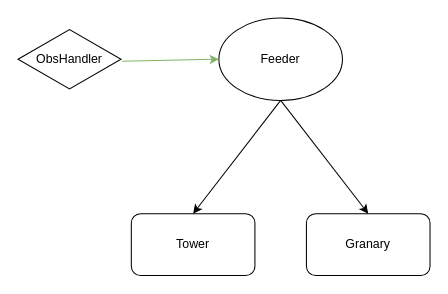
This is tools/class_desc.drawio from wangjunZeroZeroSeven/ZmqQueue, a draw.io file, before an edit. Source tidied: cells renumbered, new cells numbered last; positions are measured from the earlier drawing's top-left corner, leaving out a move shared by most shapes. Both pictures are drawn from the tidied source at 103%, with x=0, y=0 at pixel (18, 18).
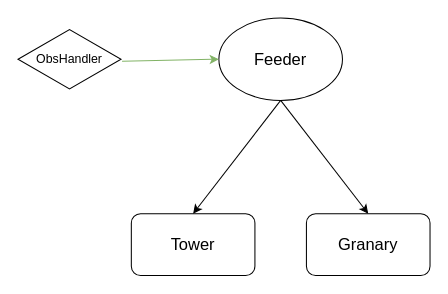
After the change.

Diff of the diagram source:
```diff
@@
 <mxGraphModel>
   <root>
     <mxCell id="0" />
     <mxCell id="1" parent="0" />
-    <mxCell id="2" value="Tower" style="rounded=1;whiteSpace=wrap;html=1;" parent="1" vertex="1">
+    <mxCell id="2" value="&lt;font style=&quot;font-size: 16px;&quot;&gt;Tower&lt;/font&gt;" style="rounded=1;whiteSpace=wrap;html=1;" parent="1" vertex="1">
       <mxGeometry x="110" y="190" width="120" height="60" as="geometry" />
     </mxCell>
-    <mxCell id="3" value="Granary" style="rounded=1;whiteSpace=wrap;html=1;" parent="1" vertex="1">
+    <mxCell id="3" value="&lt;font style=&quot;font-size: 16px;&quot;&gt;Granary&lt;/font&gt;" style="rounded=1;whiteSpace=wrap;html=1;" parent="1" vertex="1">
       <mxGeometry x="280" y="190" width="120" height="60" as="geometry" />
     </mxCell>
-    <mxCell id="4" value="Feeder" style="ellipse;whiteSpace=wrap;html=1;" parent="1" vertex="1">
+    <mxCell id="4" value="&lt;font style=&quot;font-size: 16px;&quot;&gt;Feeder&lt;/font&gt;" style="ellipse;whiteSpace=wrap;html=1;" parent="1" vertex="1">
       <mxGeometry x="195" width="120" height="80" as="geometry" />
     </mxCell>
     <mxCell id="5" style="endArrow=classic;html=1;rounded=0;exitX=0.5;exitY=1;exitDx=0;exitDy=0;entryX=0.5;entryY=0;entryDx=0;entryDy=0;" parent="1" edge="1" source="4" target="2">
       <mxGeometry relative="1" as="geometry" />
     </mxCell>
     <mxCell id="6" style="endArrow=classic;html=1;rounded=0;exitX=0.5;exitY=1;exitDx=0;exitDy=0;entryX=0.5;entryY=0;entryDx=0;entryDy=0;" parent="1" edge="1" source="4" target="3">
       <mxGeometry relative="1" as="geometry" />
     </mxCell>
     <mxCell id="7" value="ObsHandler" style="html=1;whiteSpace=wrap;shape=isoRectangle;" parent="1" vertex="1">
       <mxGeometry y="10" width="100" height="60" as="geometry" />
     </mxCell>
     <mxCell id="8" style="endArrow=classic;html=1;rounded=0;exitX=1.01;exitY=0.533;exitDx=0;exitDy=0;exitPerimeter=0;entryX=0;entryY=0.5;entryDx=0;entryDy=0;fillColor=#d5e8d4;gradientColor=#97d077;strokeColor=#82b366;" parent="1" edge="1" source="7" target="4">
       <mxGeometry relative="1" as="geometry" />
     </mxCell>
   </root>
 </mxGraphModel>
```
